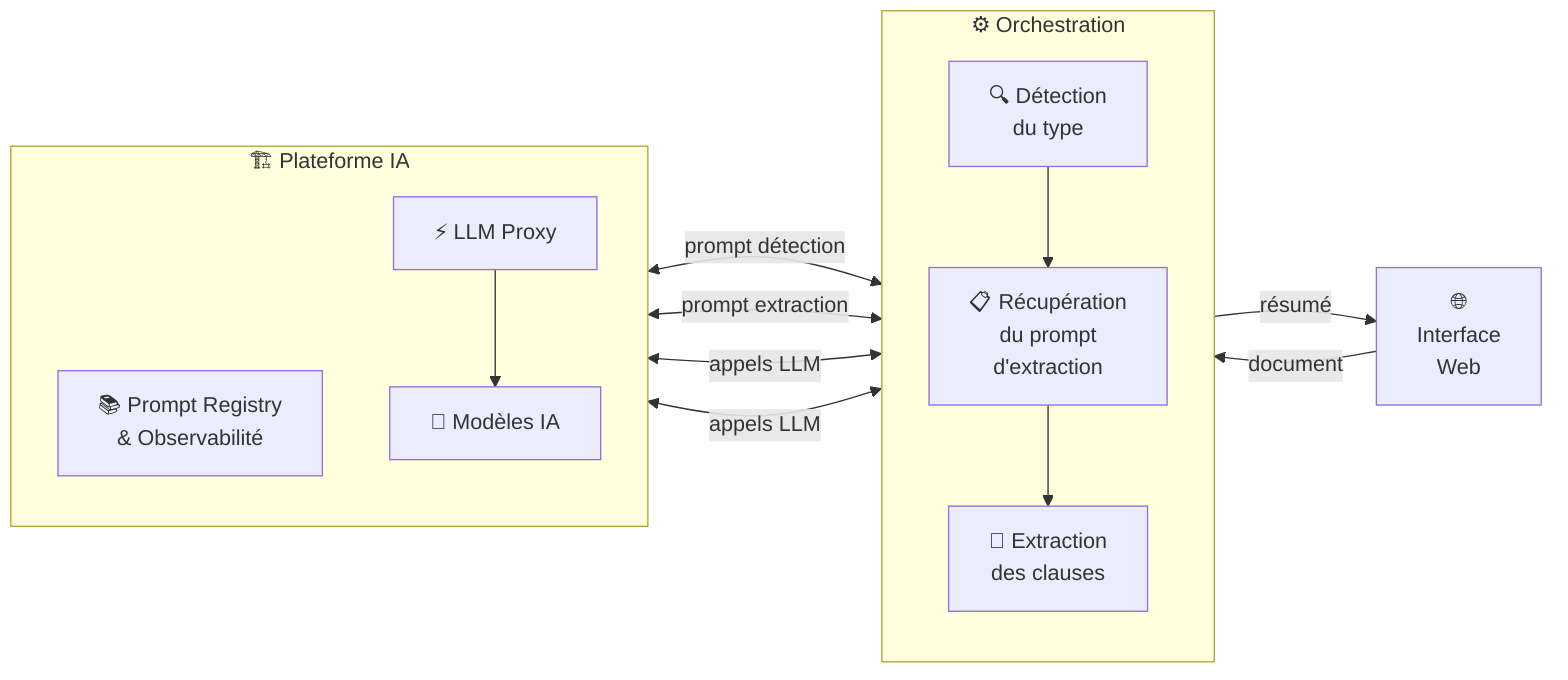
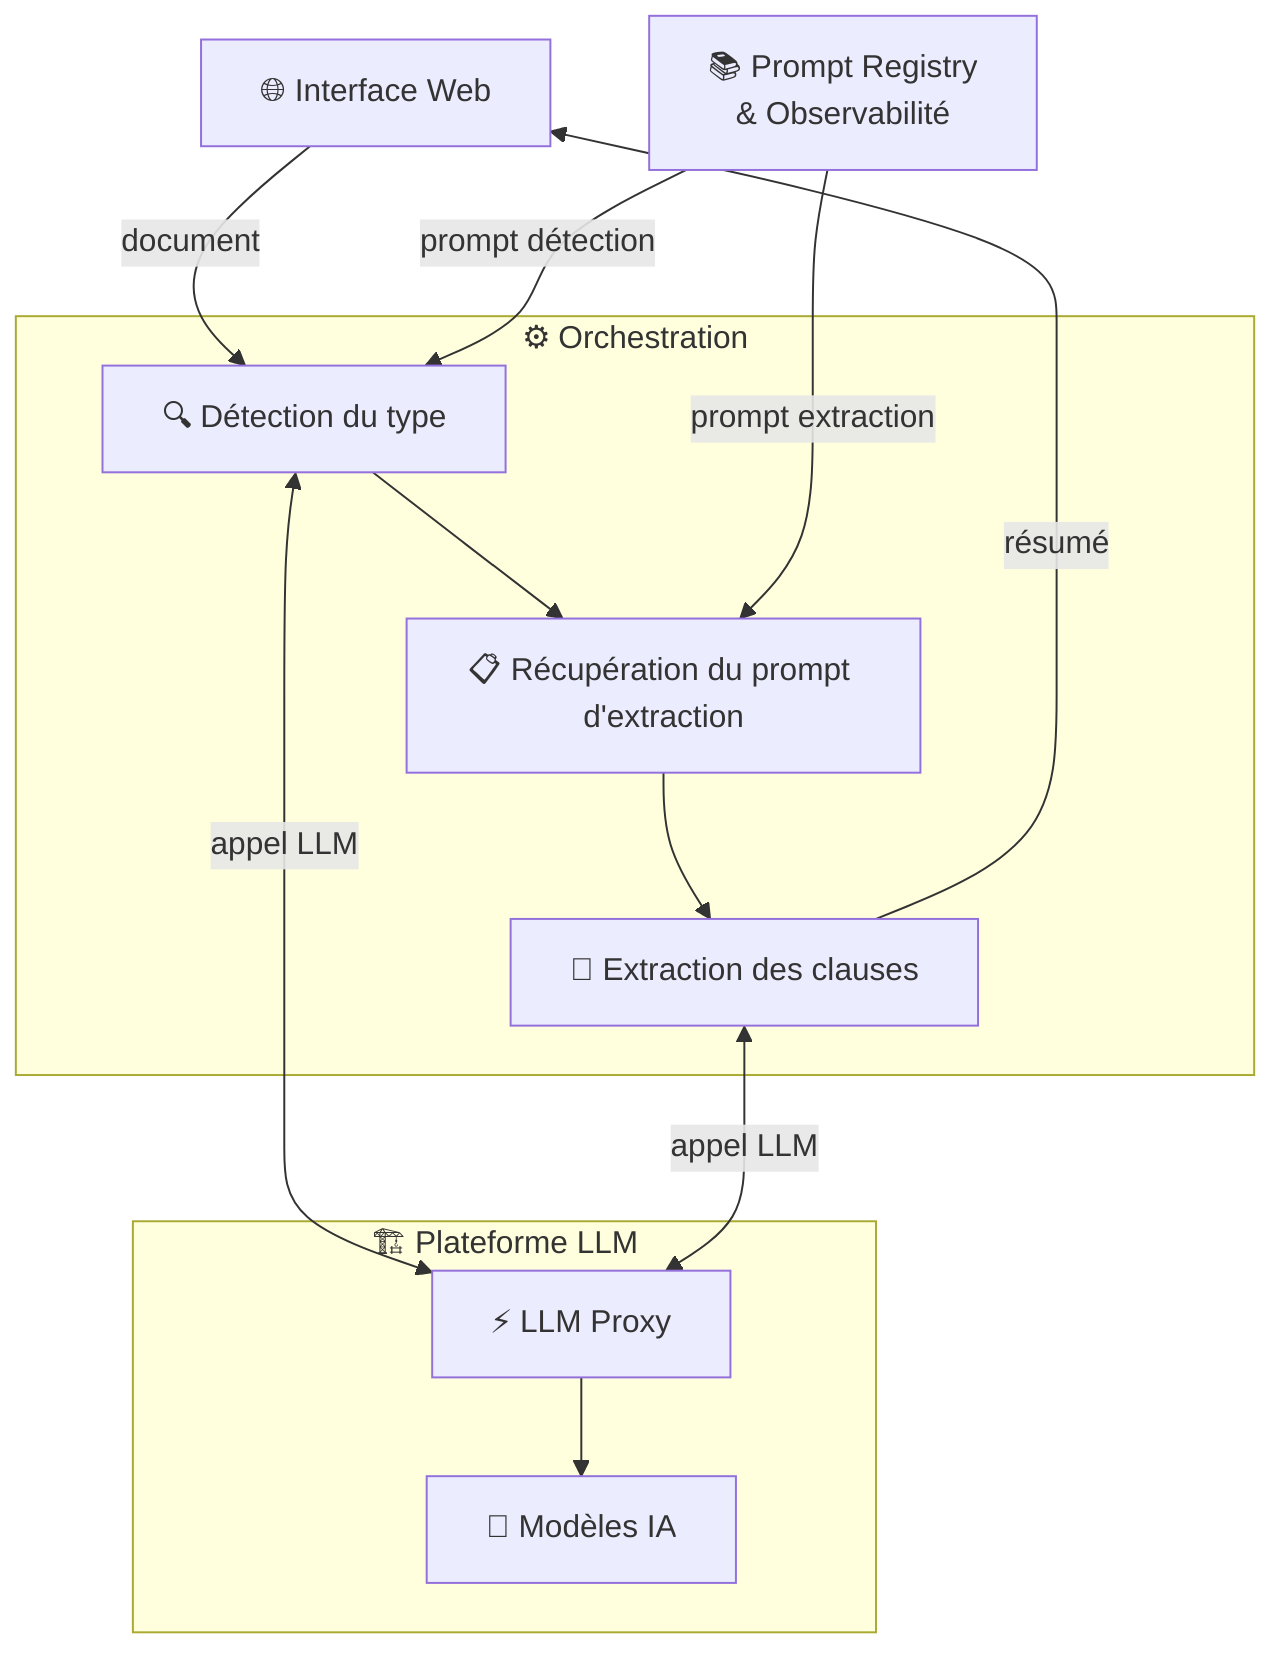
- flowchart LR
-   UI["🌐\nInterface\nWeb"]
+ flowchart TD
+   UI["🌐 Interface Web"]
+   PR["📚 Prompt Registry\n& Observabilité"]

  subgraph ORCH["⚙️ Orchestration"]
-     direction TB
-     DT["🔍 Détection\ndu type"]
-     GP["📋 Récupération\ndu prompt\nd'extraction"]
-     EX["🤖 Extraction\ndes clauses"]
+     DT["🔍 Détection du type"]
+     GP["📋 Récupération du prompt d'extraction"]
+     EX["🤖 Extraction des clauses"]
    DT --> GP --> EX
  end

-   subgraph INFRA["🏗️ Plateforme IA"]
-     direction TB
-     PR["📚 Prompt Registry\n& Observabilité"]
+   subgraph LLM_STACK["🏗️ Plateforme LLM"]
    PROXY["⚡ LLM Proxy"]
    LLM["🧠 Modèles IA"]
    PROXY --> LLM
  end

  UI -->|"document"| DT
  EX -->|"résumé"| UI
-   PR <-->|"prompt détection"| DT
-   PR <-->|"prompt extraction"| GP
-   EX <-->|"appels LLM"| PROXY
-   DT <-->|"appels LLM"| PROXY
+   PR -->|"prompt détection"| DT
+   PR -->|"prompt extraction"| GP
+   DT <-->|"appel LLM"| PROXY
+   EX <-->|"appel LLM"| PROXY
